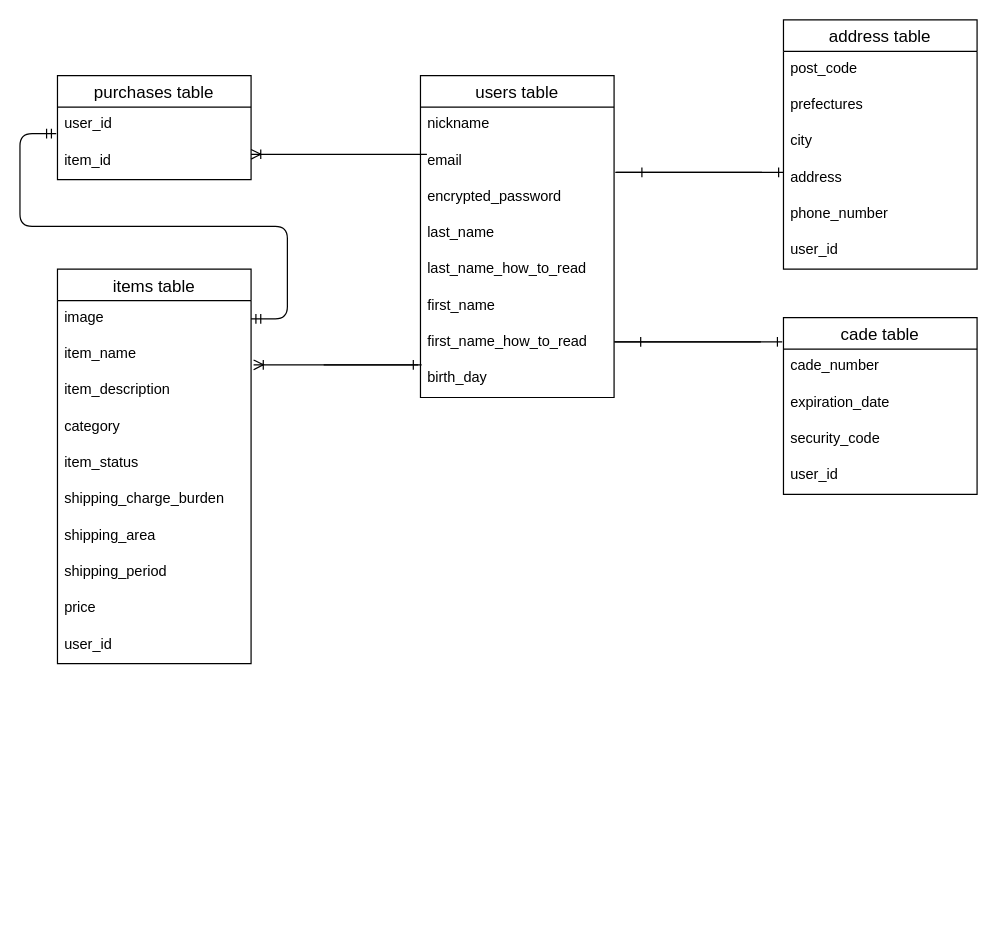
Above: furima.dio in KikuchiFumiyasu/furima-34817 (draw.io), before the change. Source tidied: cells renumbered, new cells numbered last; positions are measured from the earlier drawing's top-left corner, leaving out a move shared by most shapes. Both pictures are drawn from the tidied source at 121%, with x=0, y=0 at pixel (56, 19).
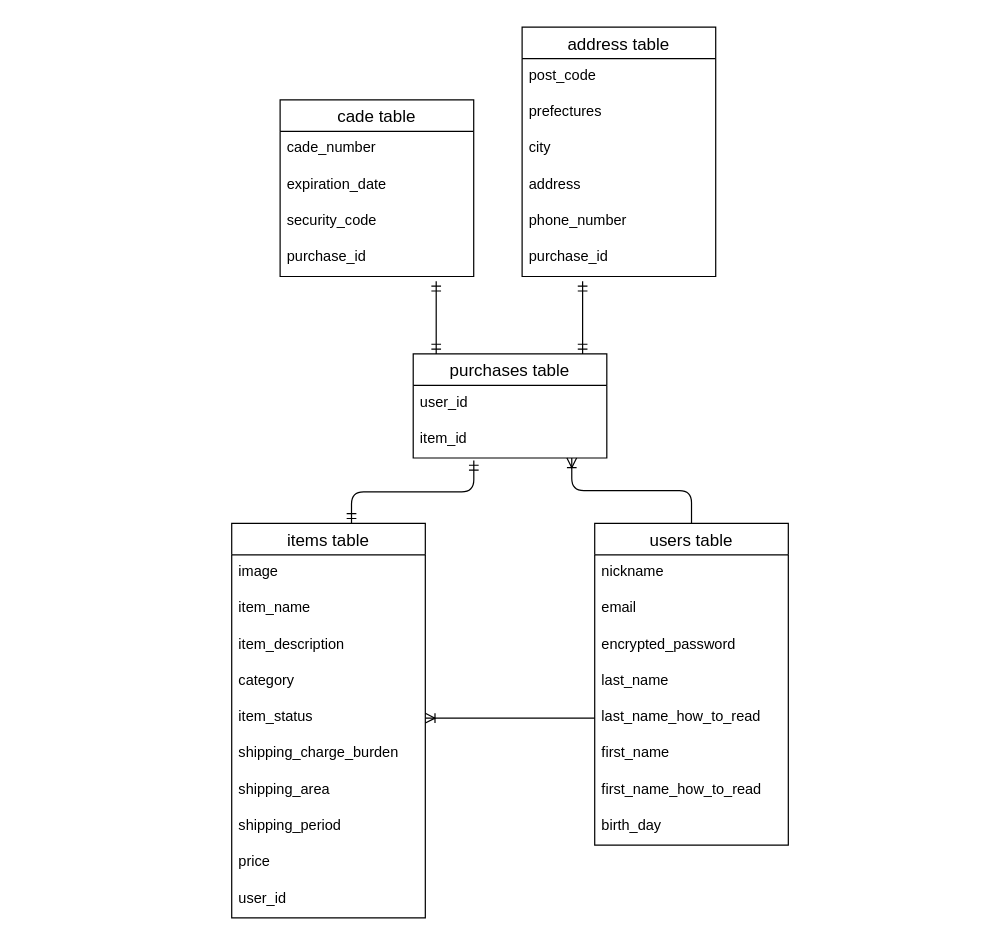
Above is the later version.

Commit message (it also covers changes not shown here):
データベース再修正

The change refers to these unchanged cells:
```xml
<mxCell id="7" value="last_name_how_to_read" style="text;strokeColor=none;fillColor=none;spacingLeft=4;spacingRight=4;overflow=hidden;points=[[0,0.5],[1,0.5]];portConstraint=eastwest;fontSize=12;" parent="2" vertex="1">
  <mxGeometry y="146" width="160" height="30" as="geometry" />
</mxCell>
<mxCell id="9" value="first_name_how_to_read" style="text;strokeColor=none;fillColor=none;spacingLeft=4;spacingRight=4;overflow=hidden;points=[[0,0.5],[1,0.5]];portConstraint=eastwest;fontSize=12;" parent="2" vertex="1">
  <mxGeometry y="206" width="160" height="30" as="geometry" />
</mxCell>
<mxCell id="10" value="birth_day" style="text;strokeColor=none;fillColor=none;spacingLeft=4;spacingRight=4;overflow=hidden;points=[[0,0.5],[1,0.5]];portConstraint=eastwest;fontSize=12;" parent="2" vertex="1">
  <mxGeometry y="236" width="160" height="30" as="geometry" />
</mxCell>
<mxCell id="12" value="image" style="text;strokeColor=none;fillColor=none;spacingLeft=4;spacingRight=4;overflow=hidden;points=[[0,0.5],[1,0.5]];portConstraint=eastwest;fontSize=12;" parent="11" vertex="1">
  <mxGeometry y="26" width="160" height="30" as="geometry" />
</mxCell>
<mxCell id="13" value="item_name" style="text;strokeColor=none;fillColor=none;spacingLeft=4;spacingRight=4;overflow=hidden;points=[[0,0.5],[1,0.5]];portConstraint=eastwest;fontSize=12;" parent="11" vertex="1">
  <mxGeometry y="56" width="160" height="30" as="geometry" />
</mxCell>
<mxCell id="16" value="item_status" style="text;strokeColor=none;fillColor=none;spacingLeft=4;spacingRight=4;overflow=hidden;points=[[0,0.5],[1,0.5]];portConstraint=eastwest;fontSize=12;" parent="11" vertex="1">
  <mxGeometry y="146" width="160" height="30" as="geometry" />
</mxCell>
<mxCell id="42" value="item_id" style="text;strokeColor=none;fillColor=none;spacingLeft=4;spacingRight=4;overflow=hidden;points=[[0,0.5],[1,0.5]];portConstraint=eastwest;fontSize=12;" parent="40" vertex="1">
  <mxGeometry y="56" width="160" height="30" as="geometry" />
</mxCell>
```

The edit, as a diff of the source:
```diff
@@
     <mxCell id="2" value="users table" style="swimlane;fontStyle=0;horizontal=1;startSize=26;align=center;fontSize=14;" parent="1" vertex="1">
-      <mxGeometry x="301" y="46" width="160" height="266" as="geometry" />
+      <mxGeometry x="445" y="416" width="160" height="266" as="geometry" />
     </mxCell>
@@
     <mxCell id="11" value="items table" style="swimlane;fontStyle=0;horizontal=1;startSize=26;align=center;fontSize=14;" parent="1" vertex="1">
-      <mxGeometry x="1" y="206" width="160" height="326" as="geometry" />
+      <mxGeometry x="145" y="416" width="160" height="326" as="geometry" />
     </mxCell>
@@
     <mxCell id="22" value="address table" style="swimlane;fontStyle=0;horizontal=1;startSize=26;align=center;fontSize=14;" parent="1" vertex="1">
-      <mxGeometry x="601" width="160" height="206" as="geometry" />
+      <mxGeometry x="385" y="6" width="160" height="206" as="geometry" />
     </mxCell>
@@
-    <mxCell id="28" value="user_id" style="text;strokeColor=none;fillColor=none;spacingLeft=4;spacingRight=4;overflow=hidden;fontSize=12;" parent="22" vertex="1">
+    <mxCell id="28" value="purchase_id" style="text;strokeColor=none;fillColor=none;spacingLeft=4;spacingRight=4;overflow=hidden;fontSize=12;" parent="22" vertex="1">
       <mxGeometry y="176" width="160" height="30" as="geometry" />
     </mxCell>
-    <mxCell id="29" style="edgeStyle=entityRelationEdgeStyle;fontSize=12;html=1;endArrow=ERone;endFill=1;entryX=-0.012;entryY=1.1;entryDx=0;entryDy=0;entryPerimeter=0;" parent="1" edge="1" target="9">
-      <mxGeometry relative="1" as="geometry">
-        <mxPoint x="221" y="285" as="sourcePoint" />
-      </mxGeometry>
-    </mxCell>
-    <mxCell id="30" style="edgeStyle=entityRelationEdgeStyle;fontSize=12;html=1;endArrow=ERoneToMany;entryX=1.013;entryY=0.767;entryDx=0;entryDy=0;entryPerimeter=0;exitX=0.006;exitY=0.1;exitDx=0;exitDy=0;exitPerimeter=0;" parent="1" edge="1" source="10" target="13">
-      <mxGeometry relative="1" as="geometry" />
-    </mxCell>
-    <mxCell id="31" style="edgeStyle=entityRelationEdgeStyle;fontSize=12;html=1;endArrow=ERone;endFill=1;entryX=-0.006;entryY=0.133;entryDx=0;entryDy=0;entryPerimeter=0;" parent="1" edge="1">
-      <mxGeometry relative="1" as="geometry">
-        <mxPoint x="461" y="266" as="sourcePoint" />
-        <mxPoint x="600" y="266" as="targetPoint" />
-      </mxGeometry>
-    </mxCell>
-    <mxCell id="32" style="edgeStyle=entityRelationEdgeStyle;fontSize=12;html=1;endArrow=ERone;endFill=1;" parent="1" edge="1">
-      <mxGeometry relative="1" as="geometry">
-        <mxPoint x="557" y="266" as="sourcePoint" />
-        <mxPoint x="487" y="266" as="targetPoint" />
-      </mxGeometry>
-    </mxCell>
     <mxCell id="33" value="cade table" style="swimlane;fontStyle=0;horizontal=1;startSize=26;align=center;fontSize=14;" parent="1" vertex="1">
-      <mxGeometry x="601" y="246" width="160" height="146" as="geometry" />
+      <mxGeometry x="185" y="66" width="160" height="146" as="geometry" />
     </mxCell>
@@
-    <mxCell id="37" value="user_id" style="text;strokeColor=none;fillColor=none;spacingLeft=4;spacingRight=4;overflow=hidden;fontSize=12;" parent="33" vertex="1">
+    <mxCell id="37" value="purchase_id" style="text;strokeColor=none;fillColor=none;spacingLeft=4;spacingRight=4;overflow=hidden;fontSize=12;" parent="33" vertex="1">
       <mxGeometry y="116" width="160" height="30" as="geometry" />
     </mxCell>
-    <mxCell id="38" style="edgeStyle=entityRelationEdgeStyle;fontSize=12;html=1;endArrow=ERone;endFill=1;entryX=-0.006;entryY=0.133;entryDx=0;entryDy=0;entryPerimeter=0;" parent="1" edge="1">
-      <mxGeometry relative="1" as="geometry">
-        <mxPoint x="462" y="126" as="sourcePoint" />
-        <mxPoint x="601" y="126" as="targetPoint" />
-      </mxGeometry>
-    </mxCell>
-    <mxCell id="39" style="edgeStyle=entityRelationEdgeStyle;fontSize=12;html=1;endArrow=ERone;endFill=1;" parent="1" edge="1">
-      <mxGeometry relative="1" as="geometry">
-        <mxPoint x="558" y="126" as="sourcePoint" />
-        <mxPoint x="488" y="126" as="targetPoint" />
-      </mxGeometry>
-    </mxCell>
     <mxCell id="40" value="purchases table" style="swimlane;fontStyle=0;horizontal=1;startSize=26;align=center;fontSize=14;" parent="1" vertex="1">
-      <mxGeometry x="1" y="46" width="160" height="86" as="geometry" />
+      <mxGeometry x="295" y="276" width="160" height="86" as="geometry" />
     </mxCell>
@@
-    <mxCell id="43" style="edgeStyle=entityRelationEdgeStyle;fontSize=12;html=1;endArrow=ERoneToMany;entryX=1;entryY=0.3;entryDx=0;entryDy=0;entryPerimeter=0;" parent="1" edge="1" target="42">
-      <mxGeometry relative="1" as="geometry">
-        <mxPoint x="281" y="111" as="sourcePoint" />
-      </mxGeometry>
-    </mxCell>
-    <mxCell id="44" style="edgeStyle=entityRelationEdgeStyle;fontSize=12;html=1;endArrow=ERmandOne;startArrow=ERmandOne;exitX=1;exitY=0.5;exitDx=0;exitDy=0;" parent="1" edge="1" source="12">
-      <mxGeometry relative="1" as="geometry">
-        <mxPoint y="94" as="targetPoint" />
-      </mxGeometry>
-    </mxCell>
+    <mxCell id="45" style="fontSize=12;html=1;endArrow=ERoneToMany;exitX=0;exitY=0.5;exitDx=0;exitDy=0;entryX=1;entryY=0.5;entryDx=0;entryDy=0;" parent="1" edge="1" source="7" target="16">
+      <mxGeometry relative="1" as="geometry" />
+    </mxCell>
+    <mxCell id="46" style="edgeStyle=elbowEdgeStyle;fontSize=12;html=1;endArrow=ERoneToMany;elbow=vertical;exitX=0.5;exitY=0;exitDx=0;exitDy=0;entryX=0.819;entryY=1;entryDx=0;entryDy=0;entryPerimeter=0;" parent="1" edge="1" source="2" target="42">
+      <mxGeometry relative="1" as="geometry" />
+    </mxCell>
+    <mxCell id="47" style="edgeStyle=elbowEdgeStyle;fontSize=12;html=1;endArrow=ERmandOne;startArrow=ERmandOne;elbow=vertical;entryX=0.313;entryY=1.067;entryDx=0;entryDy=0;entryPerimeter=0;" parent="1" edge="1" target="42">
+      <mxGeometry relative="1" as="geometry">
+        <mxPoint x="244" y="416" as="sourcePoint" />
+      </mxGeometry>
+    </mxCell>
+    <mxCell id="48" style="fontSize=12;html=1;endArrow=ERmandOne;startArrow=ERmandOne;" parent="1" edge="1">
+      <mxGeometry relative="1" as="geometry">
+        <mxPoint x="314" y="276" as="sourcePoint" />
+        <mxPoint x="314" y="216" as="targetPoint" />
+      </mxGeometry>
+    </mxCell>
+    <mxCell id="49" style="fontSize=12;html=1;endArrow=ERmandOne;startArrow=ERmandOne;" parent="1" edge="1">
+      <mxGeometry relative="1" as="geometry">
+        <mxPoint x="435" y="276" as="sourcePoint" />
+        <mxPoint x="435" y="216" as="targetPoint" />
+      </mxGeometry>
+    </mxCell>
```
